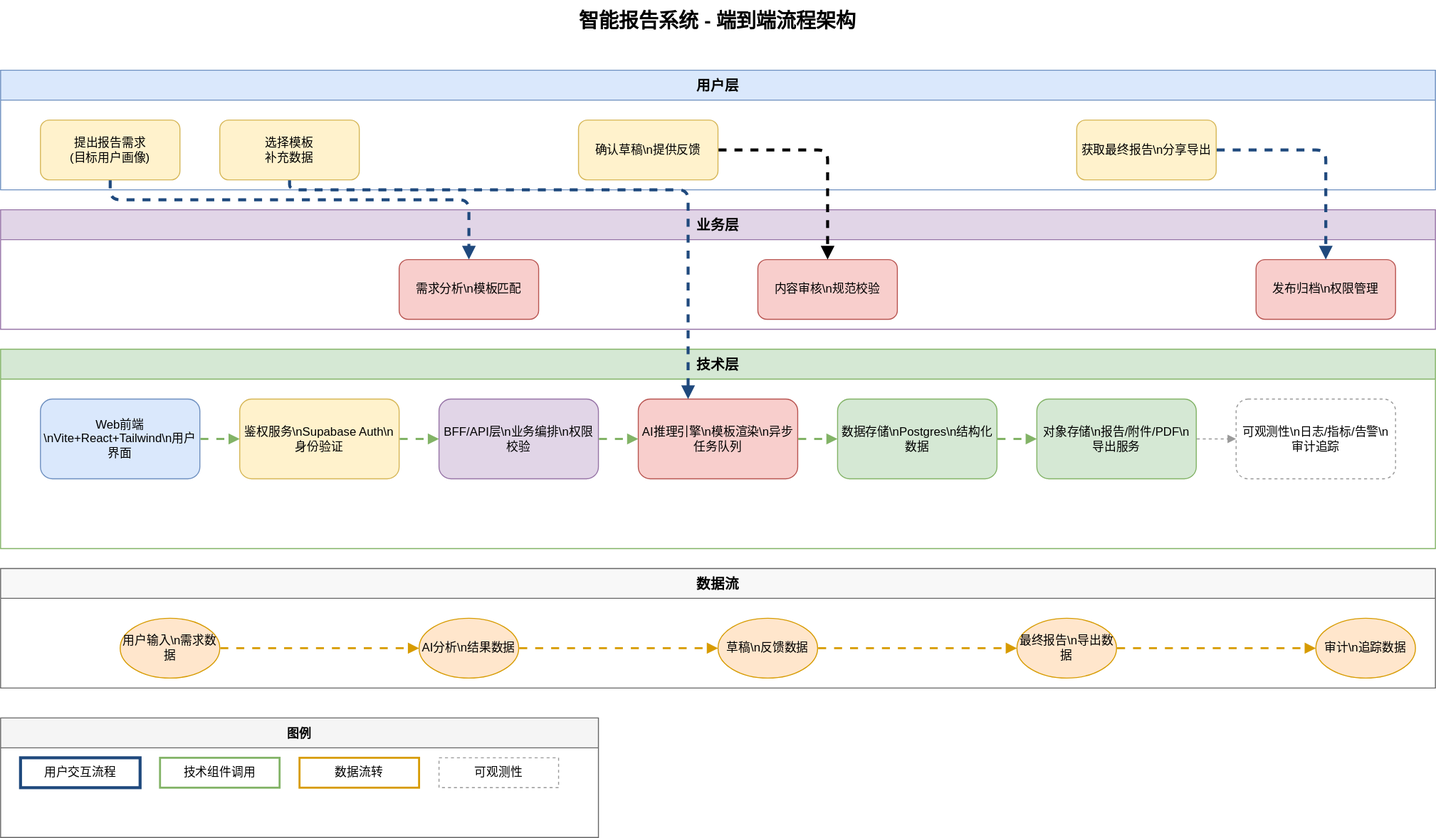
Earlier version of the draw.io export reporting/综合流程架构图.drawio.svg (xiqing21/smart-report). Source tidied: cells renumbered, new cells last; positions are measured from the earlier drawing's top-left corner, leaving out a move shared by most shapes.
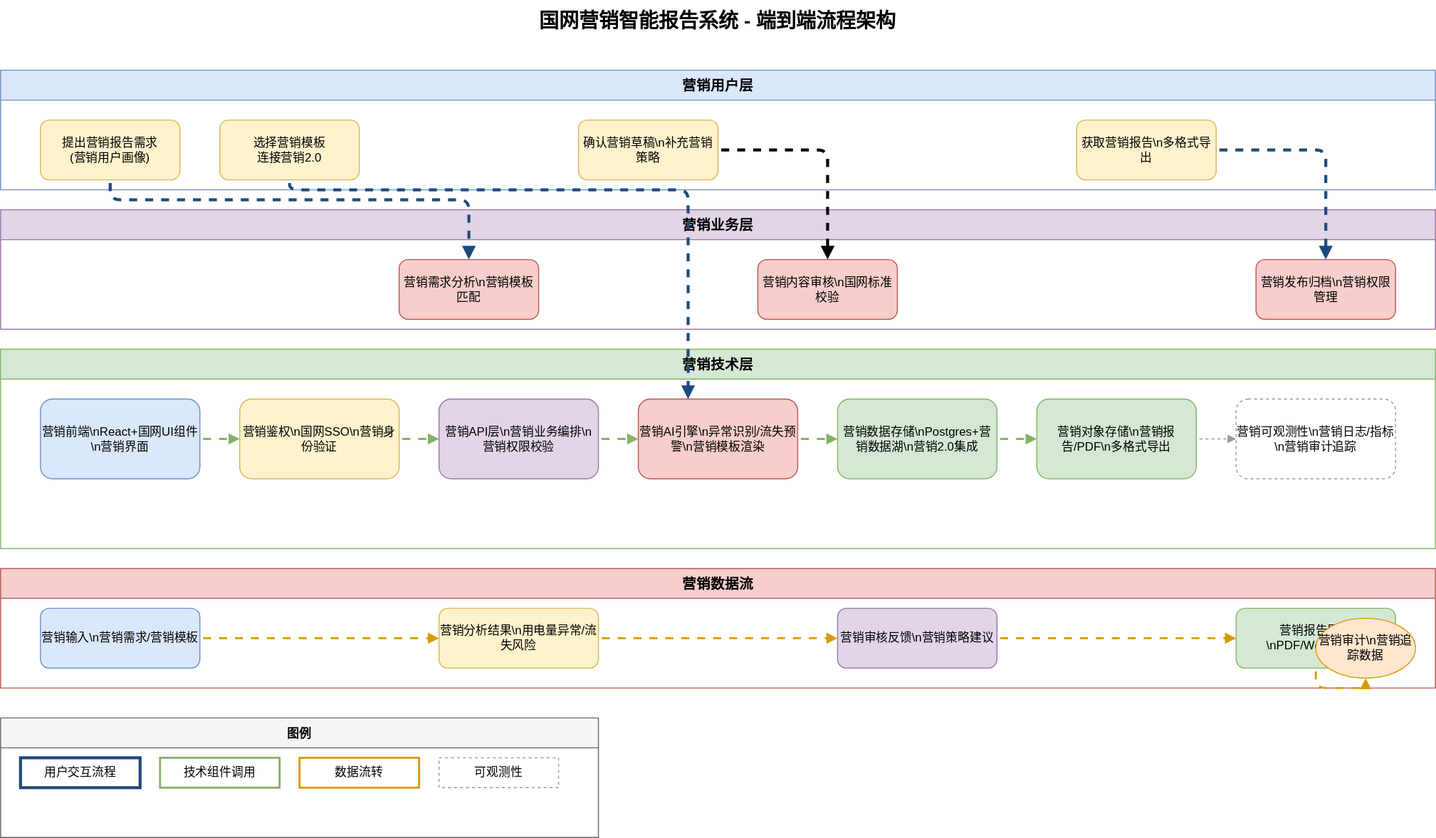
Above is the later version.

What changed in the source:
```diff
@@ -2,76 +2,76 @@
   <root>
     <mxCell id="0" />
     <mxCell id="1" parent="0" />
-    <mxCell id="2" value="智能报告系统 - 端到端流程架构" style="text;html=1;strokeColor=none;fillColor=none;align=center;verticalAlign=middle;whiteSpace=wrap;rounded=0;fontSize=20;fontStyle=1;" parent="1" vertex="1">
+    <mxCell id="2" value="国网营销智能报告系统 - 端到端流程架构" style="text;html=1;strokeColor=none;fillColor=none;align=center;verticalAlign=middle;whiteSpace=wrap;rounded=0;fontSize=20;fontStyle=1;" parent="1" vertex="1">
       <mxGeometry x="520" width="400" height="40" as="geometry" />
     </mxCell>
-    <mxCell id="3" value="用户层" style="swimlane;fontStyle=1;horizontal=1;startSize=30;fillColor=#dae8fc;strokeColor=#6c8ebf;fontSize=14;" parent="1" vertex="1">
+    <mxCell id="3" value="营销用户层" style="swimlane;fontStyle=1;horizontal=1;startSize=30;fillColor=#dae8fc;strokeColor=#6c8ebf;fontSize=14;" parent="1" vertex="1">
       <mxGeometry y="70" width="1440" height="120" as="geometry" />
     </mxCell>
-    <mxCell id="4" value="提出报告需求&lt;br&gt;(目标用户画像)" style="rounded=1;whiteSpace=wrap;html=1;fillColor=#fff2cc;strokeColor=#d6b656;" parent="3" vertex="1">
+    <mxCell id="4" value="提出营销报告需求&lt;br&gt;(营销用户画像)" style="rounded=1;whiteSpace=wrap;html=1;fillColor=#fff2cc;strokeColor=#d6b656;" parent="3" vertex="1">
       <mxGeometry x="40" y="50" width="140" height="60" as="geometry" />
     </mxCell>
-    <mxCell id="5" value="选择模板&lt;br&gt;补充数据" style="rounded=1;whiteSpace=wrap;html=1;fillColor=#fff2cc;strokeColor=#d6b656;" parent="3" vertex="1">
+    <mxCell id="5" value="选择营销模板&lt;br&gt;连接营销2.0" style="rounded=1;whiteSpace=wrap;html=1;fillColor=#fff2cc;strokeColor=#d6b656;" parent="3" vertex="1">
       <mxGeometry x="220" y="50" width="140" height="60" as="geometry" />
     </mxCell>
-    <mxCell id="6" value="确认草稿\n提供反馈" style="rounded=1;whiteSpace=wrap;html=1;fillColor=#fff2cc;strokeColor=#d6b656;" parent="3" vertex="1">
+    <mxCell id="6" value="确认营销草稿\n补充营销策略" style="rounded=1;whiteSpace=wrap;html=1;fillColor=#fff2cc;strokeColor=#d6b656;" parent="3" vertex="1">
       <mxGeometry x="580" y="50" width="140" height="60" as="geometry" />
     </mxCell>
-    <mxCell id="7" value="获取最终报告\n分享导出" style="rounded=1;whiteSpace=wrap;html=1;fillColor=#fff2cc;strokeColor=#d6b656;" parent="3" vertex="1">
+    <mxCell id="7" value="获取营销报告\n多格式导出" style="rounded=1;whiteSpace=wrap;html=1;fillColor=#fff2cc;strokeColor=#d6b656;" parent="3" vertex="1">
       <mxGeometry x="1080" y="50" width="140" height="60" as="geometry" />
     </mxCell>
-    <mxCell id="8" value="业务层" style="swimlane;fontStyle=1;horizontal=1;startSize=30;fillColor=#e1d5e7;strokeColor=#9673a6;fontSize=14;" parent="1" vertex="1">
+    <mxCell id="8" value="营销业务层" style="swimlane;fontStyle=1;horizontal=1;startSize=30;fillColor=#e1d5e7;strokeColor=#9673a6;fontSize=14;" parent="1" vertex="1">
       <mxGeometry y="210" width="1440" height="120" as="geometry" />
     </mxCell>
-    <mxCell id="9" value="需求分析\n模板匹配" style="rounded=1;whiteSpace=wrap;html=1;fillColor=#f8cecc;strokeColor=#b85450;" parent="8" vertex="1">
+    <mxCell id="9" value="营销需求分析\n营销模板匹配" style="rounded=1;whiteSpace=wrap;html=1;fillColor=#f8cecc;strokeColor=#b85450;" parent="8" vertex="1">
       <mxGeometry x="400" y="50" width="140" height="60" as="geometry" />
     </mxCell>
-    <mxCell id="10" value="内容审核\n规范校验" style="rounded=1;whiteSpace=wrap;html=1;fillColor=#f8cecc;strokeColor=#b85450;" parent="8" vertex="1">
+    <mxCell id="10" value="营销内容审核\n国网标准校验" style="rounded=1;whiteSpace=wrap;html=1;fillColor=#f8cecc;strokeColor=#b85450;" parent="8" vertex="1">
       <mxGeometry x="760" y="50" width="140" height="60" as="geometry" />
     </mxCell>
-    <mxCell id="11" value="发布归档\n权限管理" style="rounded=1;whiteSpace=wrap;html=1;fillColor=#f8cecc;strokeColor=#b85450;" parent="8" vertex="1">
+    <mxCell id="11" value="营销发布归档\n营销权限管理" style="rounded=1;whiteSpace=wrap;html=1;fillColor=#f8cecc;strokeColor=#b85450;" parent="8" vertex="1">
       <mxGeometry x="1260" y="50" width="140" height="60" as="geometry" />
     </mxCell>
-    <mxCell id="12" value="技术层" style="swimlane;fontStyle=1;horizontal=1;startSize=30;fillColor=#d5e8d4;strokeColor=#82b366;fontSize=14;" parent="1" vertex="1">
+    <mxCell id="12" value="营销技术层" style="swimlane;fontStyle=1;horizontal=1;startSize=30;fillColor=#d5e8d4;strokeColor=#82b366;fontSize=14;" parent="1" vertex="1">
       <mxGeometry y="350" width="1440" height="200" as="geometry" />
     </mxCell>
-    <mxCell id="13" value="Web前端\nVite+React+Tailwind\n用户界面" style="rounded=1;whiteSpace=wrap;html=1;fillColor=#dae8fc;strokeColor=#6c8ebf;" parent="12" vertex="1">
+    <mxCell id="13" value="营销前端\nReact+国网UI组件\n营销界面" style="rounded=1;whiteSpace=wrap;html=1;fillColor=#dae8fc;strokeColor=#6c8ebf;" parent="12" vertex="1">
       <mxGeometry x="40" y="50" width="160" height="80" as="geometry" />
     </mxCell>
-    <mxCell id="14" value="鉴权服务\nSupabase Auth\n身份验证" style="rounded=1;whiteSpace=wrap;html=1;fillColor=#fff2cc;strokeColor=#d6b656;" parent="12" vertex="1">
+    <mxCell id="14" value="营销鉴权\n国网SSO\n营销身份验证" style="rounded=1;whiteSpace=wrap;html=1;fillColor=#fff2cc;strokeColor=#d6b656;" parent="12" vertex="1">
       <mxGeometry x="240" y="50" width="160" height="80" as="geometry" />
     </mxCell>
-    <mxCell id="15" value="BFF/API层\n业务编排\n权限校验" style="rounded=1;whiteSpace=wrap;html=1;fillColor=#e1d5e7;strokeColor=#9673a6;" parent="12" vertex="1">
+    <mxCell id="15" value="营销API层\n营销业务编排\n营销权限校验" style="rounded=1;whiteSpace=wrap;html=1;fillColor=#e1d5e7;strokeColor=#9673a6;" parent="12" vertex="1">
       <mxGeometry x="440" y="50" width="160" height="80" as="geometry" />
     </mxCell>
-    <mxCell id="16" value="AI推理引擎\n模板渲染\n异步任务队列" style="rounded=1;whiteSpace=wrap;html=1;fillColor=#f8cecc;strokeColor=#b85450;" parent="12" vertex="1">
+    <mxCell id="16" value="营销AI引擎\n异常识别/流失预警\n营销模板渲染" style="rounded=1;whiteSpace=wrap;html=1;fillColor=#f8cecc;strokeColor=#b85450;" parent="12" vertex="1">
       <mxGeometry x="640" y="50" width="160" height="80" as="geometry" />
     </mxCell>
-    <mxCell id="17" value="数据存储\nPostgres\n结构化数据" style="rounded=1;whiteSpace=wrap;html=1;fillColor=#d5e8d4;strokeColor=#82b366;" parent="12" vertex="1">
+    <mxCell id="17" value="营销数据存储\nPostgres+营销数据湖\n营销2.0集成" style="rounded=1;whiteSpace=wrap;html=1;fillColor=#d5e8d4;strokeColor=#82b366;" parent="12" vertex="1">
       <mxGeometry x="840" y="50" width="160" height="80" as="geometry" />
     </mxCell>
-    <mxCell id="18" value="对象存储\n报告/附件/PDF\n导出服务" style="rounded=1;whiteSpace=wrap;html=1;fillColor=#d5e8d4;strokeColor=#82b366;" parent="12" vertex="1">
+    <mxCell id="18" value="营销对象存储\n营销报告/PDF\n多格式导出" style="rounded=1;whiteSpace=wrap;html=1;fillColor=#d5e8d4;strokeColor=#82b366;" parent="12" vertex="1">
       <mxGeometry x="1040" y="50" width="160" height="80" as="geometry" />
     </mxCell>
-    <mxCell id="19" value="可观测性\n日志/指标/告警\n审计追踪" style="rounded=1;whiteSpace=wrap;html=1;fillColor=#ffffff;strokeColor=#999999;dashed=1;" parent="12" vertex="1">
+    <mxCell id="19" value="营销可观测性\n营销日志/指标\n营销审计追踪" style="rounded=1;whiteSpace=wrap;html=1;fillColor=#ffffff;strokeColor=#999999;dashed=1;" parent="12" vertex="1">
       <mxGeometry x="1240" y="50" width="160" height="80" as="geometry" />
     </mxCell>
-    <mxCell id="20" value="数据流" style="swimlane;fontStyle=1;horizontal=1;startSize=30;fillColor=#f8f8f8;strokeColor=#666666;fontSize=14;" parent="1" vertex="1">
+    <mxCell id="20" value="营销数据流" style="swimlane;fontStyle=1;horizontal=1;startSize=30;fillColor=#f8cecc;strokeColor=#b85450;fontSize=14;" parent="1" vertex="1">
       <mxGeometry y="570" width="1440" height="120" as="geometry" />
     </mxCell>
-    <mxCell id="21" value="用户输入\n需求数据" style="ellipse;whiteSpace=wrap;html=1;fillColor=#ffe6cc;strokeColor=#d79b00;" parent="20" vertex="1">
-      <mxGeometry x="120" y="50" width="100" height="60" as="geometry" />
+    <mxCell id="21" value="营销输入\n营销需求/营销模板" style="rounded=1;whiteSpace=wrap;html=1;fillColor=#dae8fc;strokeColor=#6c8ebf;" parent="20" vertex="1">
+      <mxGeometry x="40" y="40" width="160" height="60" as="geometry" />
     </mxCell>
-    <mxCell id="22" value="AI分析\n结果数据" style="ellipse;whiteSpace=wrap;html=1;fillColor=#ffe6cc;strokeColor=#d79b00;" parent="20" vertex="1">
-      <mxGeometry x="420" y="50" width="100" height="60" as="geometry" />
+    <mxCell id="22" value="营销分析结果\n用电量异常/流失风险" style="rounded=1;whiteSpace=wrap;html=1;fillColor=#fff2cc;strokeColor=#d6b656;" parent="20" vertex="1">
+      <mxGeometry x="440" y="40" width="160" height="60" as="geometry" />
     </mxCell>
-    <mxCell id="23" value="草稿\n反馈数据" style="ellipse;whiteSpace=wrap;html=1;fillColor=#ffe6cc;strokeColor=#d79b00;" parent="20" vertex="1">
-      <mxGeometry x="720" y="50" width="100" height="60" as="geometry" />
+    <mxCell id="23" value="营销审核反馈\n营销策略建议" style="rounded=1;whiteSpace=wrap;html=1;fillColor=#e1d5e7;strokeColor=#9673a6;" parent="20" vertex="1">
+      <mxGeometry x="840" y="40" width="160" height="60" as="geometry" />
     </mxCell>
-    <mxCell id="24" value="最终报告\n导出数据" style="ellipse;whiteSpace=wrap;html=1;fillColor=#ffe6cc;strokeColor=#d79b00;" parent="20" vertex="1">
-      <mxGeometry x="1020" y="50" width="100" height="60" as="geometry" />
+    <mxCell id="24" value="营销报告导出\nPDF/Word/Excel" style="rounded=1;whiteSpace=wrap;html=1;fillColor=#d5e8d4;strokeColor=#82b366;" parent="20" vertex="1">
+      <mxGeometry x="1240" y="40" width="160" height="60" as="geometry" />
     </mxCell>
-    <mxCell id="25" value="审计\n追踪数据" style="ellipse;whiteSpace=wrap;html=1;fillColor=#ffe6cc;strokeColor=#d79b00;" parent="20" vertex="1">
+    <mxCell id="25" value="营销审计\n营销追踪数据" style="ellipse;whiteSpace=wrap;html=1;fillColor=#ffe6cc;strokeColor=#d79b00;" parent="20" vertex="1">
       <mxGeometry x="1320" y="50" width="100" height="60" as="geometry" />
     </mxCell>
     <mxCell id="26" style="edgeStyle=orthogonalEdgeStyle;jettySize=auto;html=1;strokeWidth=3;strokeColor=#1f497d;endArrow=block;flowAnimation=1;rounded=1;shadow=0;" parent="1" edge="1" source="4" target="9">
```
